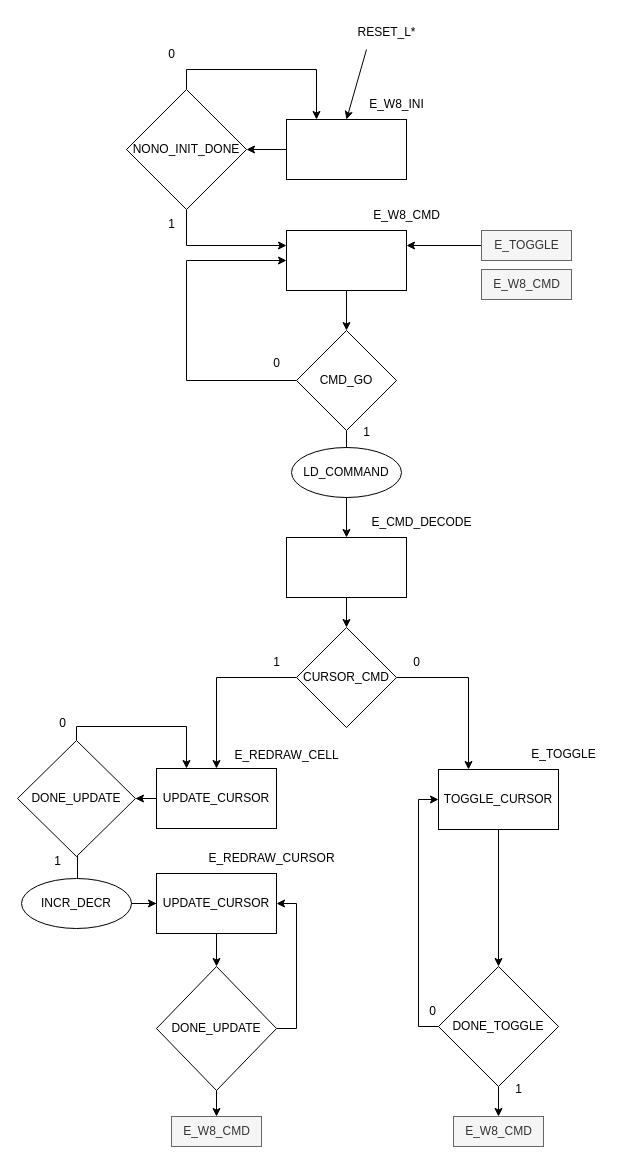
Earlier version of the draw.io diagram DiagramasDisenio/FicherosDrawio/NONO_CURSOR_UC.drawio (DASDNonograma/Nonograma). Source tidied: cells renumbered, new cells numbered last; positions are measured from the earlier drawing's top-left corner, leaving out a move shared by most shapes. Both pictures are drawn from the tidied source at 100%, with x=0, y=0 at pixel (17, 17).
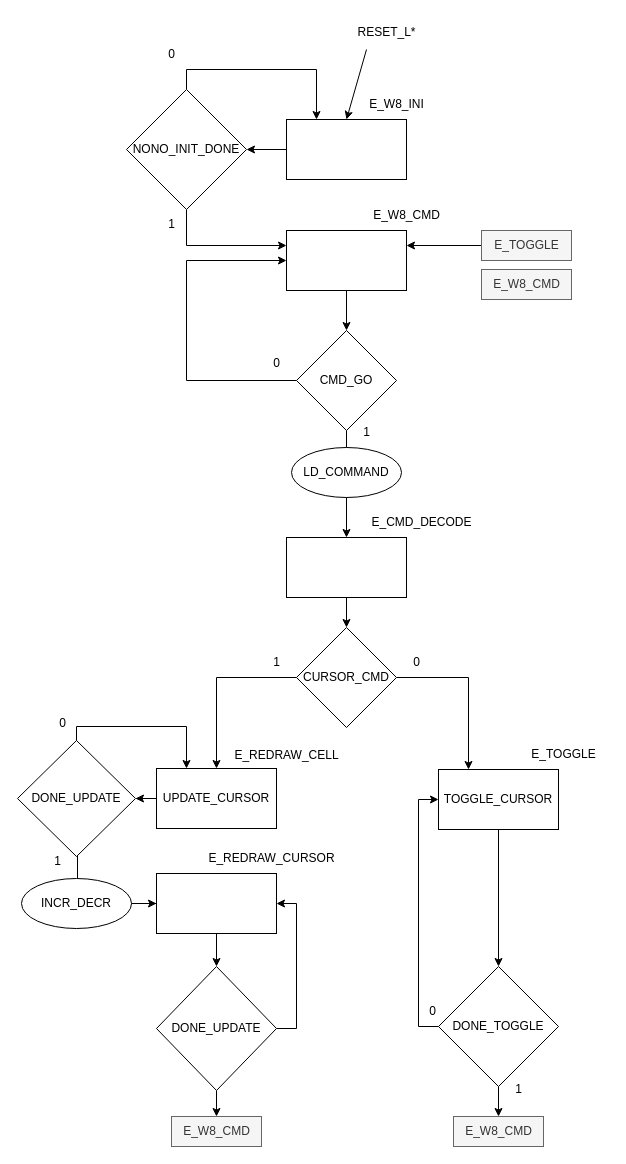
After the change.

Commit message (it also covers changes not shown here):
Subiendo UC y UP parte de Nono_graphics, sin combinar

The edit, as a diff of the source:
```diff
@@
-    <mxCell id="50" value="&lt;span style=&quot;color: rgb(0, 0, 0); font-family: Helvetica; font-size: 12px; font-style: normal; font-variant-ligatures: normal; font-variant-caps: normal; font-weight: 400; letter-spacing: normal; orphans: 2; text-align: center; text-indent: 0px; text-transform: none; widows: 2; word-spacing: 0px; -webkit-text-stroke-width: 0px; background-color: rgb(251, 251, 251); text-decoration-thickness: initial; text-decoration-style: initial; text-decoration-color: initial; float: none; display: inline !important;&quot;&gt;UPDATE_CURSOR&lt;/span&gt;" style="whiteSpace=wrap;html=1;" parent="1" vertex="1">
+    <mxCell id="50" style="whiteSpace=wrap;html=1;" parent="1" vertex="1">
       <mxGeometry x="139" y="856" width="120" height="60" as="geometry" />
     </mxCell>
```
